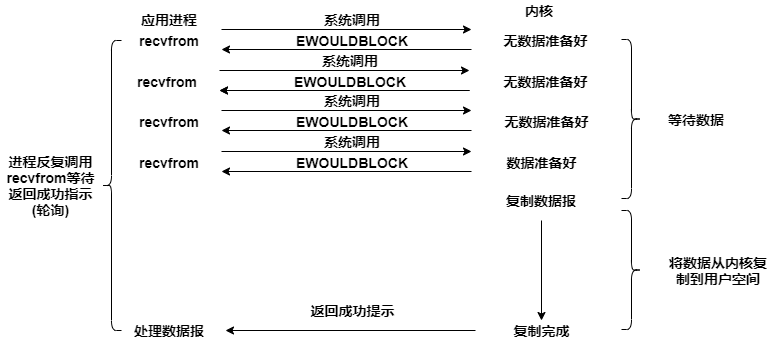
The draw.io diagram docs/Resources/非阻塞IO模型图.png in gongthub/wiki, before a commit. Source tidied: cells renumbered, new cells last; positions are measured from the earlier drawing's top-left corner, leaving out a move shared by most shapes. Source of this version:
```xml
<mxGraphModel>
  <root>
    <mxCell id="0" />
    <mxCell id="1" parent="0" />
    <mxCell id="2" style="shape=curlyBracket;whiteSpace=wrap;html=1;rounded=1;fontStyle=1;fontSize=14;" parent="1" vertex="1">
      <mxGeometry x="101" y="40" width="20" height="290" as="geometry" />
    </mxCell>
    <mxCell id="3" value="进程反复调用recvfrom等待返回成功指示(轮询)" style="text;html=1;strokeColor=none;fillColor=none;align=center;verticalAlign=middle;whiteSpace=wrap;rounded=0;fontStyle=1;fontSize=14;" parent="1" vertex="1">
      <mxGeometry y="175" width="101" height="20" as="geometry" />
    </mxCell>
    <mxCell id="4" value="应用进程" style="text;html=1;strokeColor=none;fillColor=none;align=center;verticalAlign=middle;whiteSpace=wrap;rounded=0;fontStyle=1;fontSize=14;" parent="1" vertex="1">
      <mxGeometry x="136" y="9" width="66" height="20" as="geometry" />
    </mxCell>
    <mxCell id="5" style="endArrow=classic;html=1;fontStyle=1;fontSize=14;" parent="1" edge="1">
      <mxGeometry relative="1" as="geometry">
        <mxPoint x="221" y="29" as="sourcePoint" />
        <mxPoint x="471" y="29" as="targetPoint" />
      </mxGeometry>
    </mxCell>
    <mxCell id="6" style="endArrow=classic;html=1;fontStyle=1;fontSize=14;" parent="1" edge="1">
      <mxGeometry relative="1" as="geometry">
        <mxPoint x="471" y="49" as="sourcePoint" />
        <mxPoint x="221" y="49" as="targetPoint" />
      </mxGeometry>
    </mxCell>
    <mxCell id="7" value="系统调用" style="text;html=1;strokeColor=none;fillColor=none;align=center;verticalAlign=middle;whiteSpace=wrap;rounded=0;fontStyle=1;fontSize=14;" parent="1" vertex="1">
      <mxGeometry x="314" y="9" width="76" height="20" as="geometry" />
    </mxCell>
    <mxCell id="8" value="EWOULDBLOCK" style="text;html=1;strokeColor=none;fillColor=none;align=center;verticalAlign=middle;whiteSpace=wrap;rounded=0;fontStyle=1;fontSize=14;" parent="1" vertex="1">
      <mxGeometry x="314" y="30" width="76" height="20" as="geometry" />
    </mxCell>
    <mxCell id="9" value="内核" style="text;html=1;strokeColor=none;fillColor=none;align=center;verticalAlign=middle;whiteSpace=wrap;rounded=0;fontStyle=1;fontSize=14;" parent="1" vertex="1">
      <mxGeometry x="501" width="76" height="20" as="geometry" />
    </mxCell>
    <mxCell id="10" value="无数据准备好" style="text;html=1;strokeColor=none;fillColor=none;align=center;verticalAlign=middle;whiteSpace=wrap;rounded=0;fontStyle=1;fontSize=14;" parent="1" vertex="1">
      <mxGeometry x="501" y="30" width="89" height="20" as="geometry" />
    </mxCell>
    <mxCell id="11" value="recvfrom" style="text;html=1;strokeColor=none;fillColor=none;align=center;verticalAlign=middle;whiteSpace=wrap;rounded=0;fontStyle=1;fontSize=14;" parent="1" vertex="1">
      <mxGeometry x="131" y="30" width="76" height="20" as="geometry" />
    </mxCell>
    <mxCell id="12" style="shape=curlyBracket;whiteSpace=wrap;html=1;rounded=1;rotation=-180;fontStyle=1;fontSize=14;" parent="1" vertex="1">
      <mxGeometry x="621" y="39" width="20" height="159" as="geometry" />
    </mxCell>
    <mxCell id="13" style="shape=curlyBracket;whiteSpace=wrap;html=1;rounded=1;rotation=-180;fontStyle=1;fontSize=14;" parent="1" vertex="1">
      <mxGeometry x="621" y="210" width="20" height="119" as="geometry" />
    </mxCell>
    <mxCell id="14" style="endArrow=classic;html=1;fontStyle=1;fontSize=14;" parent="1" edge="1">
      <mxGeometry relative="1" as="geometry">
        <mxPoint x="219" y="70" as="sourcePoint" />
        <mxPoint x="469" y="70" as="targetPoint" />
      </mxGeometry>
    </mxCell>
    <mxCell id="15" style="endArrow=classic;html=1;fontStyle=1;fontSize=14;" parent="1" edge="1">
      <mxGeometry relative="1" as="geometry">
        <mxPoint x="469" y="90" as="sourcePoint" />
        <mxPoint x="219" y="90" as="targetPoint" />
      </mxGeometry>
    </mxCell>
    <mxCell id="16" value="系统调用" style="text;html=1;strokeColor=none;fillColor=none;align=center;verticalAlign=middle;whiteSpace=wrap;rounded=0;fontStyle=1;fontSize=14;" parent="1" vertex="1">
      <mxGeometry x="312" y="50" width="76" height="20" as="geometry" />
    </mxCell>
    <mxCell id="17" value="EWOULDBLOCK" style="text;html=1;strokeColor=none;fillColor=none;align=center;verticalAlign=middle;whiteSpace=wrap;rounded=0;fontStyle=1;fontSize=14;" parent="1" vertex="1">
      <mxGeometry x="312" y="71" width="76" height="20" as="geometry" />
    </mxCell>
    <mxCell id="18" value="无数据准备好" style="text;html=1;strokeColor=none;fillColor=none;align=center;verticalAlign=middle;whiteSpace=wrap;rounded=0;fontStyle=1;fontSize=14;" parent="1" vertex="1">
      <mxGeometry x="501" y="71" width="89" height="20" as="geometry" />
    </mxCell>
    <mxCell id="19" value="recvfrom" style="text;html=1;strokeColor=none;fillColor=none;align=center;verticalAlign=middle;whiteSpace=wrap;rounded=0;fontStyle=1;fontSize=14;" parent="1" vertex="1">
      <mxGeometry x="129" y="71" width="76" height="20" as="geometry" />
    </mxCell>
    <mxCell id="20" style="endArrow=classic;html=1;fontStyle=1;fontSize=14;" parent="1" edge="1">
      <mxGeometry relative="1" as="geometry">
        <mxPoint x="469" y="90" as="sourcePoint" />
        <mxPoint x="219" y="90" as="targetPoint" />
      </mxGeometry>
    </mxCell>
    <mxCell id="21" style="endArrow=classic;html=1;fontStyle=1;fontSize=14;" parent="1" edge="1">
      <mxGeometry relative="1" as="geometry">
        <mxPoint x="221" y="110" as="sourcePoint" />
        <mxPoint x="471" y="110" as="targetPoint" />
      </mxGeometry>
    </mxCell>
    <mxCell id="22" value="系统调用" style="text;html=1;strokeColor=none;fillColor=none;align=center;verticalAlign=middle;whiteSpace=wrap;rounded=0;fontStyle=1;fontSize=14;" parent="1" vertex="1">
      <mxGeometry x="314" y="90" width="76" height="20" as="geometry" />
    </mxCell>
    <mxCell id="23" value="EWOULDBLOCK" style="text;html=1;strokeColor=none;fillColor=none;align=center;verticalAlign=middle;whiteSpace=wrap;rounded=0;fontStyle=1;fontSize=14;" parent="1" vertex="1">
      <mxGeometry x="314" y="111" width="76" height="20" as="geometry" />
    </mxCell>
    <mxCell id="24" value="recvfrom" style="text;html=1;strokeColor=none;fillColor=none;align=center;verticalAlign=middle;whiteSpace=wrap;rounded=0;fontStyle=1;fontSize=14;" parent="1" vertex="1">
      <mxGeometry x="131" y="111" width="76" height="20" as="geometry" />
    </mxCell>
    <mxCell id="25" value="无数据准备好" style="text;html=1;strokeColor=none;fillColor=none;align=center;verticalAlign=middle;whiteSpace=wrap;rounded=0;fontStyle=1;fontSize=14;" parent="1" vertex="1">
      <mxGeometry x="503" y="111" width="87" height="20" as="geometry" />
    </mxCell>
    <mxCell id="26" style="endArrow=classic;html=1;fontStyle=1;fontSize=14;" parent="1" edge="1">
      <mxGeometry relative="1" as="geometry">
        <mxPoint x="471" y="130" as="sourcePoint" />
        <mxPoint x="221" y="130" as="targetPoint" />
      </mxGeometry>
    </mxCell>
    <mxCell id="27" style="endArrow=classic;html=1;fontStyle=1;fontSize=14;" parent="1" edge="1">
      <mxGeometry relative="1" as="geometry">
        <mxPoint x="221" y="151" as="sourcePoint" />
        <mxPoint x="471" y="151" as="targetPoint" />
      </mxGeometry>
    </mxCell>
    <mxCell id="28" value="系统调用" style="text;html=1;strokeColor=none;fillColor=none;align=center;verticalAlign=middle;whiteSpace=wrap;rounded=0;fontStyle=1;fontSize=14;" parent="1" vertex="1">
      <mxGeometry x="314" y="131" width="76" height="20" as="geometry" />
    </mxCell>
    <mxCell id="29" value="EWOULDBLOCK" style="text;html=1;strokeColor=none;fillColor=none;align=center;verticalAlign=middle;whiteSpace=wrap;rounded=0;fontStyle=1;fontSize=14;" parent="1" vertex="1">
      <mxGeometry x="314" y="152" width="76" height="20" as="geometry" />
    </mxCell>
    <mxCell id="30" value="recvfrom" style="text;html=1;strokeColor=none;fillColor=none;align=center;verticalAlign=middle;whiteSpace=wrap;rounded=0;fontStyle=1;fontSize=14;" parent="1" vertex="1">
      <mxGeometry x="131" y="152" width="76" height="20" as="geometry" />
    </mxCell>
    <mxCell id="31" value="数据准备好" style="text;html=1;strokeColor=none;fillColor=none;align=center;verticalAlign=middle;whiteSpace=wrap;rounded=0;fontStyle=1;fontSize=14;" parent="1" vertex="1">
      <mxGeometry x="503" y="152" width="77" height="20" as="geometry" />
    </mxCell>
    <mxCell id="32" style="endArrow=classic;html=1;fontStyle=1;fontSize=14;" parent="1" edge="1">
      <mxGeometry relative="1" as="geometry">
        <mxPoint x="471" y="171" as="sourcePoint" />
        <mxPoint x="221" y="171" as="targetPoint" />
      </mxGeometry>
    </mxCell>
    <mxCell id="33" value="复制数据报" style="text;html=1;strokeColor=none;fillColor=none;align=center;verticalAlign=middle;whiteSpace=wrap;rounded=0;fontStyle=1;fontSize=14;" parent="1" vertex="1">
      <mxGeometry x="503" y="190" width="76" height="20" as="geometry" />
    </mxCell>
    <mxCell id="34" style="endArrow=classic;html=1;fontStyle=1;fontSize=14;" parent="1" edge="1">
      <mxGeometry relative="1" as="geometry">
        <mxPoint x="475" y="330" as="sourcePoint" />
        <mxPoint x="225" y="330" as="targetPoint" />
      </mxGeometry>
    </mxCell>
    <mxCell id="35" value="处理数据报" style="text;html=1;strokeColor=none;fillColor=none;align=center;verticalAlign=middle;whiteSpace=wrap;rounded=0;fontStyle=1;fontSize=14;" parent="1" vertex="1">
      <mxGeometry x="131" y="320" width="76" height="20" as="geometry" />
    </mxCell>
    <mxCell id="36" value="返回成功提示" style="text;html=1;strokeColor=none;fillColor=none;align=center;verticalAlign=middle;whiteSpace=wrap;rounded=0;fontStyle=1;fontSize=14;" parent="1" vertex="1">
      <mxGeometry x="302.5" y="300" width="99" height="20" as="geometry" />
    </mxCell>
    <mxCell id="37" value="复制完成" style="text;html=1;strokeColor=none;fillColor=none;align=center;verticalAlign=middle;whiteSpace=wrap;rounded=0;fontStyle=1;fontSize=14;" parent="1" vertex="1">
      <mxGeometry x="508.5" y="320" width="65" height="20" as="geometry" />
    </mxCell>
    <mxCell id="38" style="endArrow=classic;html=1;fontStyle=1;fontSize=14;entryX=0.5;entryY=0;entryDx=0;entryDy=0;" parent="1" edge="1" target="37">
      <mxGeometry relative="1" as="geometry">
        <mxPoint x="541" y="220" as="sourcePoint" />
      </mxGeometry>
    </mxCell>
    <mxCell id="39" value="等待数据" style="text;html=1;strokeColor=none;fillColor=none;align=center;verticalAlign=middle;whiteSpace=wrap;rounded=0;fontStyle=1;fontSize=14;" parent="1" vertex="1">
      <mxGeometry x="666" y="108.5" width="60" height="20" as="geometry" />
    </mxCell>
    <mxCell id="40" value="将数据从内核复制到用户空间" style="text;html=1;strokeColor=none;fillColor=none;align=center;verticalAlign=middle;whiteSpace=wrap;rounded=0;fontStyle=1;fontSize=14;" parent="1" vertex="1">
      <mxGeometry x="666" y="259.5" width="104" height="20" as="geometry" />
    </mxCell>
  </root>
</mxGraphModel>
```
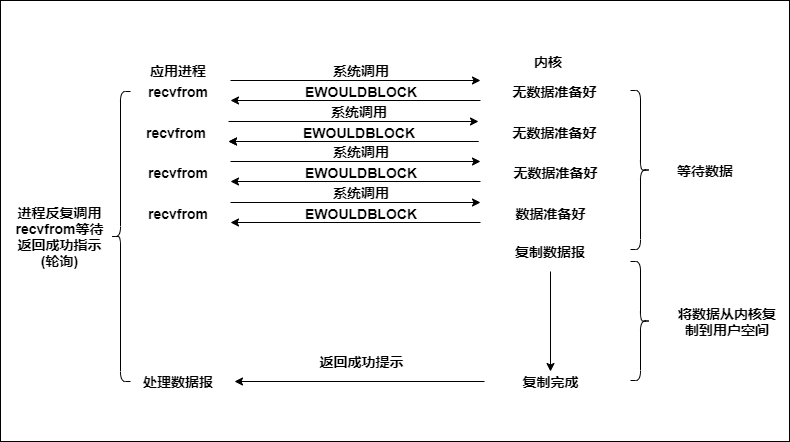
Above is the later version.

Commit message:
Update 非阻塞IO模型图.png

Diff of the diagram source:
```diff
@@ -2,6 +2,9 @@
   <root>
     <mxCell id="0" />
     <mxCell id="1" parent="0" />
+    <mxCell id="41" style="rounded=0;whiteSpace=wrap;html=1;fontSize=14;" parent="1" vertex="1">
+      <mxGeometry x="-9" y="-51" width="789" height="441" as="geometry" />
+    </mxCell>
     <mxCell id="2" style="shape=curlyBracket;whiteSpace=wrap;html=1;rounded=1;fontStyle=1;fontSize=14;" parent="1" vertex="1">
       <mxGeometry x="101" y="40" width="20" height="290" as="geometry" />
     </mxCell>
```
